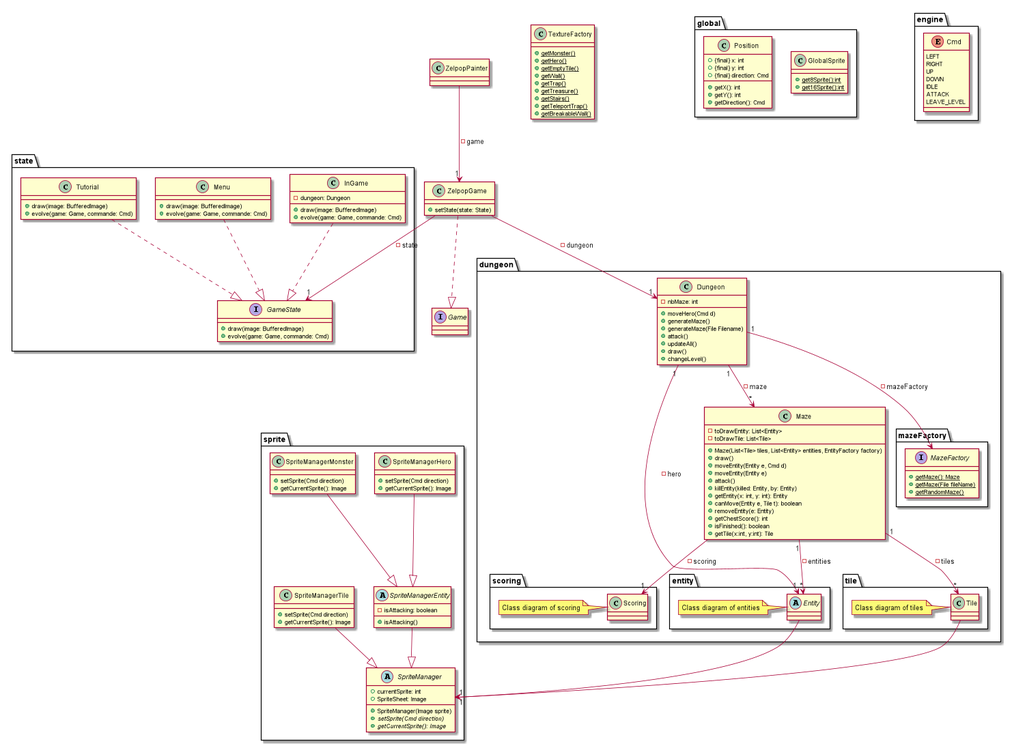
Reynault/ACL_2019_Zelpop keeps this PlantUML diagram as doc/third_sprint/diagrams/class/global.png. Above is the earlier version.
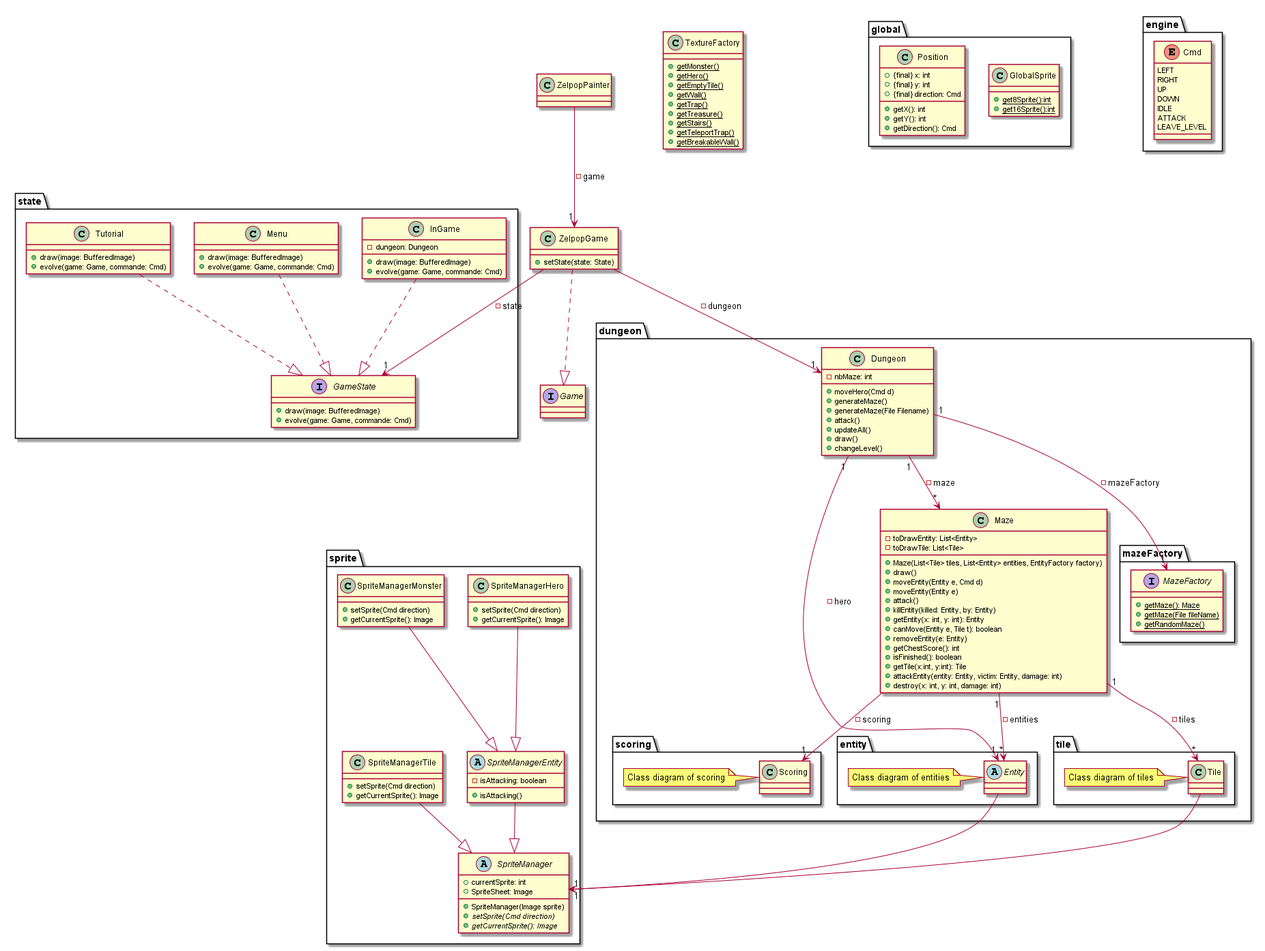
After the commit.

Commit message:
Second sprint: refactoring and changing diagrams

The edit, as a diff of the source:
```diff
@@ -60,6 +60,8 @@
         + getChestScore(): int
         + isFinished(): boolean
         + getTile(x:int, y:int): Tile
+        + attackEntity(entity: Entity, victim: Entity, damage: int)
+        + destroy(x: int, y: int, damage: int)
     }
 
     package scoring{
```
